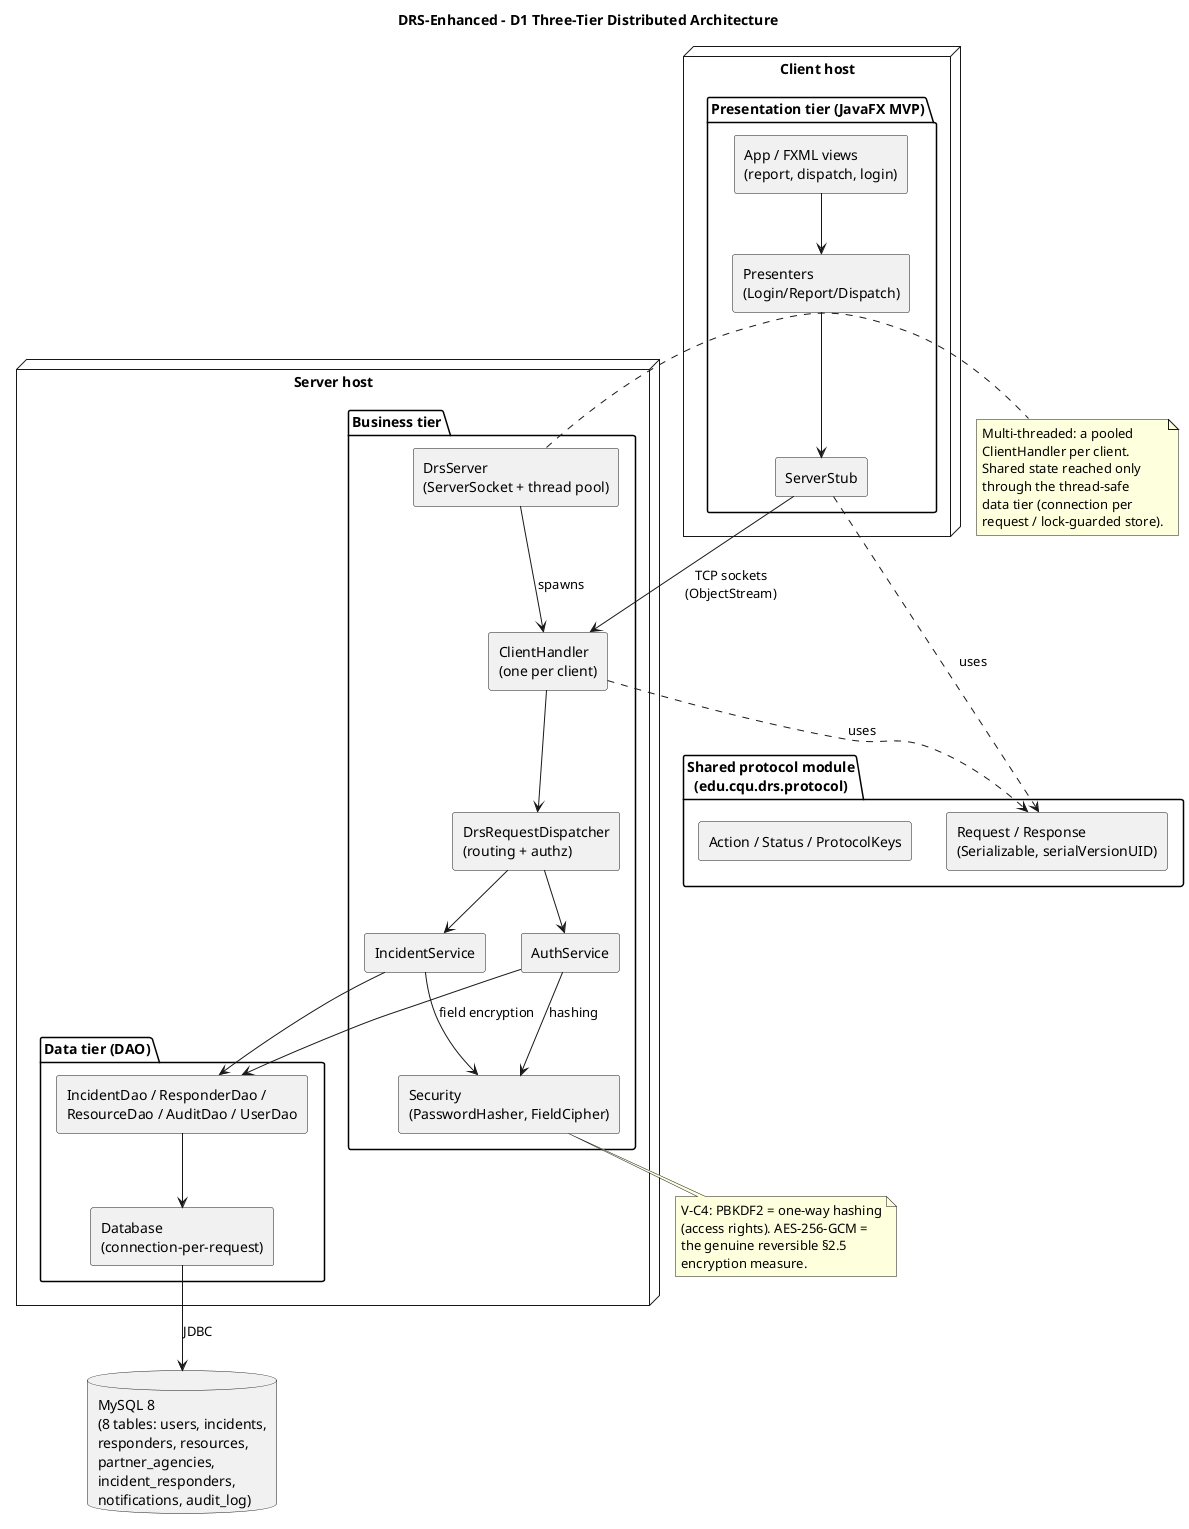
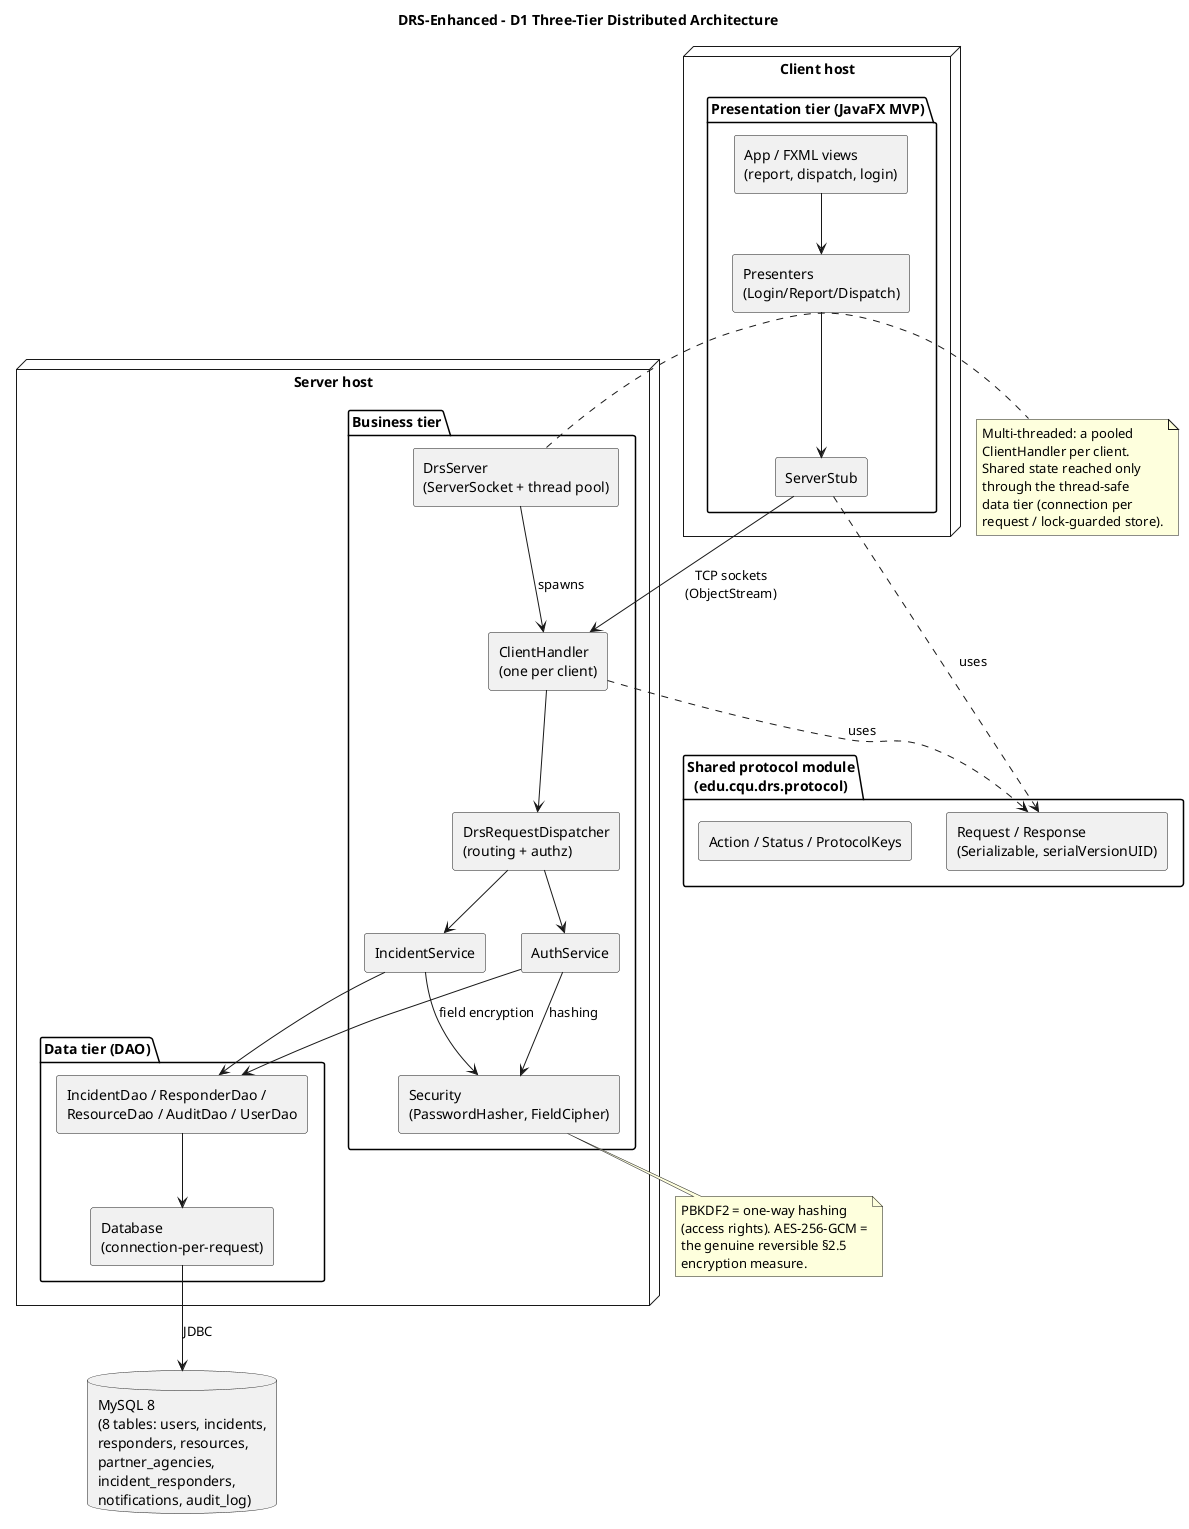
@startuml d1_architecture
' Author: Fabian Roberto Guzman (12287570)
title DRS-Enhanced - D1 Three-Tier Distributed Architecture

skinparam componentStyle rectangle
skinparam shadowing false

node "Client host" {
  package "Presentation tier (JavaFX MVP)" as client {
    [App / FXML views\n(report, dispatch, login)] as views
    [Presenters\n(Login/Report/Dispatch)] as presenters
    [ServerStub] as stub
  }
}

package "Shared protocol module\n(edu.cqu.drs.protocol)" as protocol {
  [Request / Response\n(Serializable, serialVersionUID)] as messages
  [Action / Status / ProtocolKeys] as actions
}

node "Server host" {
  package "Business tier" as server {
    [DrsServer\n(ServerSocket + thread pool)] as drsserver
    [ClientHandler\n(one per client)] as handler
    [DrsRequestDispatcher\n(routing + authz)] as dispatcher
    [IncidentService] as incidentsvc
    [AuthService] as authsvc
    [Security\n(PasswordHasher, FieldCipher)] as security
  }
  package "Data tier (DAO)" as data {
    [IncidentDao / ResponderDao /\nResourceDao / AuditDao / UserDao] as daos
    [Database\n(connection-per-request)] as dbfactory
  }
}

database "MySQL 8\n(8 tables: users, incidents,\nresponders, resources,\npartner_agencies,\nincident_responders,\nnotifications, audit_log)" as mysql

views --> presenters
presenters --> stub
stub ..> messages : uses
handler ..> messages : uses
stub --> handler : "TCP sockets\n(ObjectStream)"
drsserver --> handler : spawns
handler --> dispatcher
dispatcher --> incidentsvc
dispatcher --> authsvc
incidentsvc --> security : field encryption
authsvc --> security : hashing
incidentsvc --> daos
authsvc --> daos
daos --> dbfactory
dbfactory --> mysql : JDBC

note right of drsserver
  Multi-threaded: a pooled
  ClientHandler per client.
  Shared state reached only
  through the thread-safe
  data tier (connection per
  request / lock-guarded store).
end note

note bottom of security
-   V-C4: PBKDF2 = one-way hashing
+   PBKDF2 = one-way hashing
  (access rights). AES-256-GCM =
  the genuine reversible §2.5
  encryption measure.
end note
@enduml
